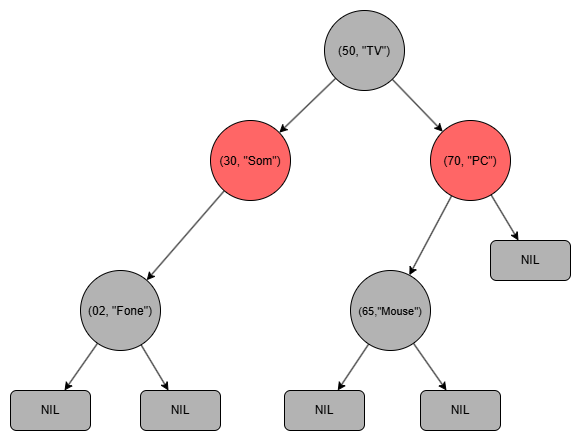
Before: images/exemploValido.png, a diagram exported from draw.io (jefferson-stanley/treemap). Source tidied: cells renumbered, new cells last; positions are measured from the earlier drawing's top-left corner, leaving out a move shared by most shapes.
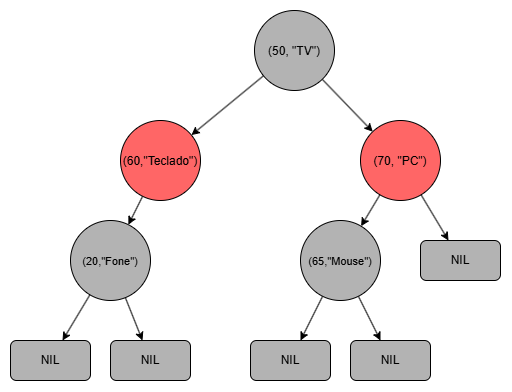
Later version of the same file.

Diff of the diagram source:
```diff
@@ -2,30 +2,21 @@
   <root>
     <mxCell id="0" />
     <mxCell id="1" parent="0" />
-    <mxCell id="2" style="rounded=0;jettySize=auto;html=1;" parent="1" edge="1" source="4" target="6">
-      <mxGeometry relative="1" as="geometry" />
-    </mxCell>
+    <mxCell id="21" style="rounded=0;jettySize=auto;html=1;" parent="1" edge="1" source="4" target="23">
+      <mxGeometry relative="1" as="geometry" />
+    </mxCell>
     <mxCell id="3" style="rounded=0;jettySize=auto;html=1;" parent="1" edge="1" source="4" target="12">
       <mxGeometry relative="1" as="geometry" />
     </mxCell>
     <mxCell id="4" value="(50, &quot;TV&quot;)" style="ellipse;whiteSpace=wrap;html=1;shapeInside=1;fillColor=light-dark(#B3B3B3,#666666);" parent="1" vertex="1">
       <mxGeometry x="314" width="80" height="80" as="geometry" />
     </mxCell>
-    <mxCell id="5" style="rounded=0;jettySize=auto;html=1;" parent="1" edge="1" source="6" target="9">
-      <mxGeometry relative="1" as="geometry" />
-    </mxCell>
-    <mxCell id="6" value="(30, &quot;Som&quot;)" style="ellipse;whiteSpace=wrap;html=1;shapeInside=1;fillColor=light-dark(#FF6666,#FF6666);" parent="1" vertex="1">
-      <mxGeometry x="200" y="110" width="80" height="80" as="geometry" />
-    </mxCell>
-    <mxCell id="7" style="rounded=0;jettySize=auto;html=1;" parent="1" edge="1" source="9" target="20">
-      <mxGeometry relative="1" as="geometry" />
-    </mxCell>
-    <mxCell id="8" style="rounded=0;jettySize=auto;html=1;" parent="1" edge="1" source="9" target="19">
-      <mxGeometry relative="1" as="geometry" />
-    </mxCell>
-    <mxCell id="9" value="(02, &quot;Fone&quot;)" style="ellipse;whiteSpace=wrap;html=1;shapeInside=1;fillColor=light-dark(#B3B3B3,#808080);" parent="1" vertex="1">
-      <mxGeometry x="70" y="260" width="80" height="80" as="geometry" />
-    </mxCell>
+    <mxCell id="22" style="rounded=0;jettySize=auto;html=1;" parent="1" edge="1" source="23" target="32">
+      <mxGeometry relative="1" as="geometry" />
+    </mxCell>
+    <mxCell id="23" value="(60,&quot;Teclado&quot;)" style="ellipse;whiteSpace=wrap;html=1;shapeInside=1;fillColor=light-dark(#FF6666,#FF6666);" parent="1" vertex="1">
+      <mxGeometry x="180" y="110" width="80" height="80" as="geometry" />
+    </mxCell>
     <mxCell id="10" style="rounded=0;jettySize=auto;html=1;" parent="1" edge="1" source="12" target="15">
       <mxGeometry relative="1" as="geometry" />
     </mxCell>
@@ -35,29 +26,38 @@
     <mxCell id="12" value="(70, &quot;PC&quot;)" style="ellipse;whiteSpace=wrap;html=1;shapeInside=1;fillColor=light-dark(#FF6666,#FF6666);" parent="1" vertex="1">
       <mxGeometry x="420" y="110" width="80" height="80" as="geometry" />
     </mxCell>
-    <mxCell id="13" style="rounded=0;jettySize=auto;html=1;" parent="1" edge="1" source="15" target="18">
-      <mxGeometry relative="1" as="geometry" />
-    </mxCell>
-    <mxCell id="14" style="rounded=0;jettySize=auto;html=1;" parent="1" edge="1" source="15" target="17">
-      <mxGeometry relative="1" as="geometry" />
-    </mxCell>
+    <mxCell id="24" style="rounded=0;jettySize=auto;html=1;" parent="1" edge="1" source="15" target="27">
+      <mxGeometry relative="1" as="geometry" />
+    </mxCell>
+    <mxCell id="25" style="rounded=0;jettySize=auto;html=1;" parent="1" edge="1" source="15" target="26">
+      <mxGeometry relative="1" as="geometry" />
+    </mxCell>
     <mxCell id="15" value="&lt;font style=&quot;font-size: 11px;&quot;&gt;(65,&quot;Mouse&quot;)&lt;/font&gt;" style="ellipse;whiteSpace=wrap;html=1;shapeInside=1;fillColor=light-dark(#B3B3B3,#666666);" parent="1" vertex="1">
-      <mxGeometry x="340" y="260" width="80" height="80" as="geometry" />
+      <mxGeometry x="360" y="210" width="80" height="80" as="geometry" />
     </mxCell>
     <mxCell id="16" value="NIL" style="rounded=1;whiteSpace=wrap;html=1;fillColor=light-dark(#B3B3B3,#666666);" parent="1" vertex="1">
       <mxGeometry x="480" y="230" width="80" height="40" as="geometry" />
     </mxCell>
-    <mxCell id="17" value="NIL" style="rounded=1;whiteSpace=wrap;html=1;fillColor=light-dark(#B3B3B3,#666666);" parent="1" vertex="1">
-      <mxGeometry x="410" y="380" width="80" height="40" as="geometry" />
-    </mxCell>
-    <mxCell id="18" value="NIL" style="rounded=1;whiteSpace=wrap;html=1;fillColor=light-dark(#B3B3B3,#666666);" parent="1" vertex="1">
-      <mxGeometry x="274" y="380" width="80" height="40" as="geometry" />
-    </mxCell>
-    <mxCell id="19" value="NIL" style="rounded=1;whiteSpace=wrap;html=1;fillColor=light-dark(#B3B3B3,#666666);" parent="1" vertex="1">
-      <mxGeometry x="130" y="380" width="80" height="40" as="geometry" />
-    </mxCell>
-    <mxCell id="20" value="NIL" style="rounded=1;whiteSpace=wrap;html=1;fillColor=light-dark(#B3B3B3,#666666);" parent="1" vertex="1">
-      <mxGeometry y="380" width="80" height="40" as="geometry" />
-    </mxCell>
+    <mxCell id="26" value="NIL" style="rounded=1;whiteSpace=wrap;html=1;fillColor=light-dark(#B3B3B3,#666666);" parent="1" vertex="1">
+      <mxGeometry x="410" y="330" width="80" height="40" as="geometry" />
+    </mxCell>
+    <mxCell id="27" value="NIL" style="rounded=1;whiteSpace=wrap;html=1;fillColor=light-dark(#B3B3B3,#666666);" parent="1" vertex="1">
+      <mxGeometry x="310" y="330" width="80" height="40" as="geometry" />
+    </mxCell>
+    <mxCell id="28" value="NIL" style="rounded=1;whiteSpace=wrap;html=1;fillColor=light-dark(#B3B3B3,#666666);" parent="1" vertex="1">
+      <mxGeometry x="170" y="330" width="80" height="40" as="geometry" />
+    </mxCell>
+    <mxCell id="29" value="NIL" style="rounded=1;whiteSpace=wrap;html=1;fillColor=light-dark(#B3B3B3,#666666);" parent="1" vertex="1">
+      <mxGeometry x="70" y="330" width="80" height="40" as="geometry" />
+    </mxCell>
+    <mxCell id="30" style="rounded=0;jettySize=auto;html=1;" parent="1" edge="1" source="32" target="29">
+      <mxGeometry relative="1" as="geometry" />
+    </mxCell>
+    <mxCell id="31" style="rounded=0;jettySize=auto;html=1;" parent="1" edge="1" source="32" target="28">
+      <mxGeometry relative="1" as="geometry" />
+    </mxCell>
+    <mxCell id="32" value="&lt;font style=&quot;font-size: 11px;&quot;&gt;(20,&quot;Fone&quot;)&lt;/font&gt;" style="ellipse;whiteSpace=wrap;html=1;shapeInside=1;fillColor=light-dark(#B3B3B3,#666666);" parent="1" vertex="1">
+      <mxGeometry x="130" y="210" width="80" height="80" as="geometry" />
+    </mxCell>
   </root>
 </mxGraphModel>
```
